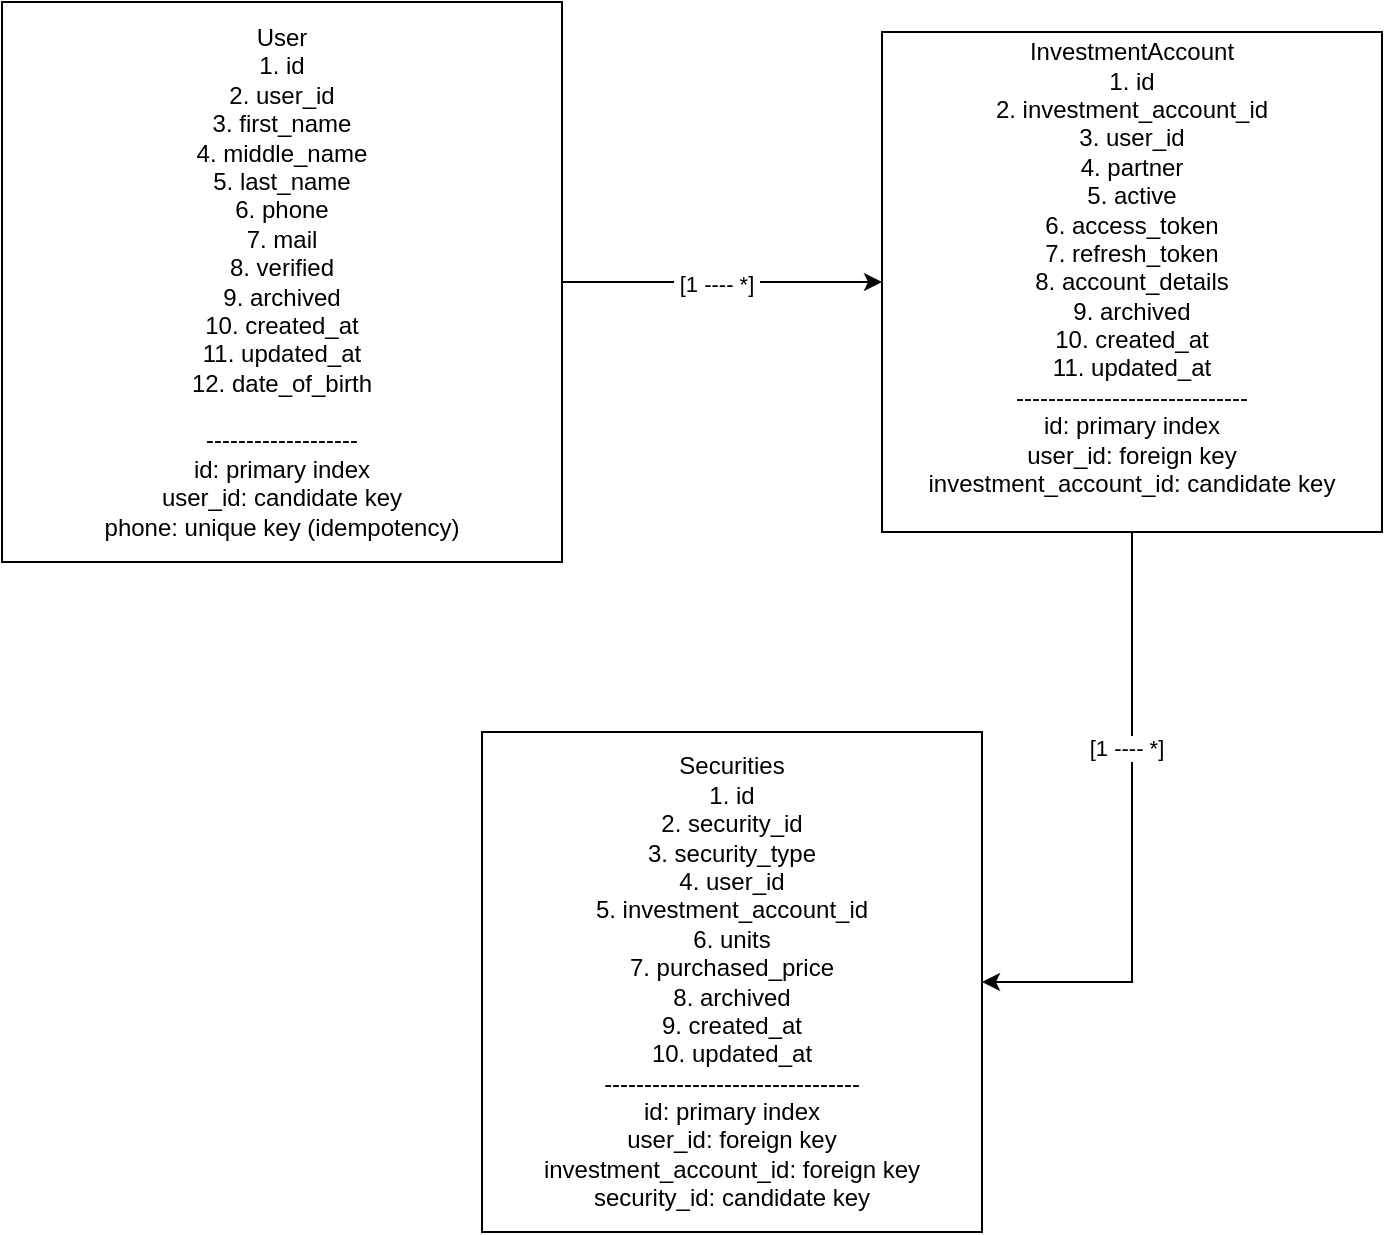
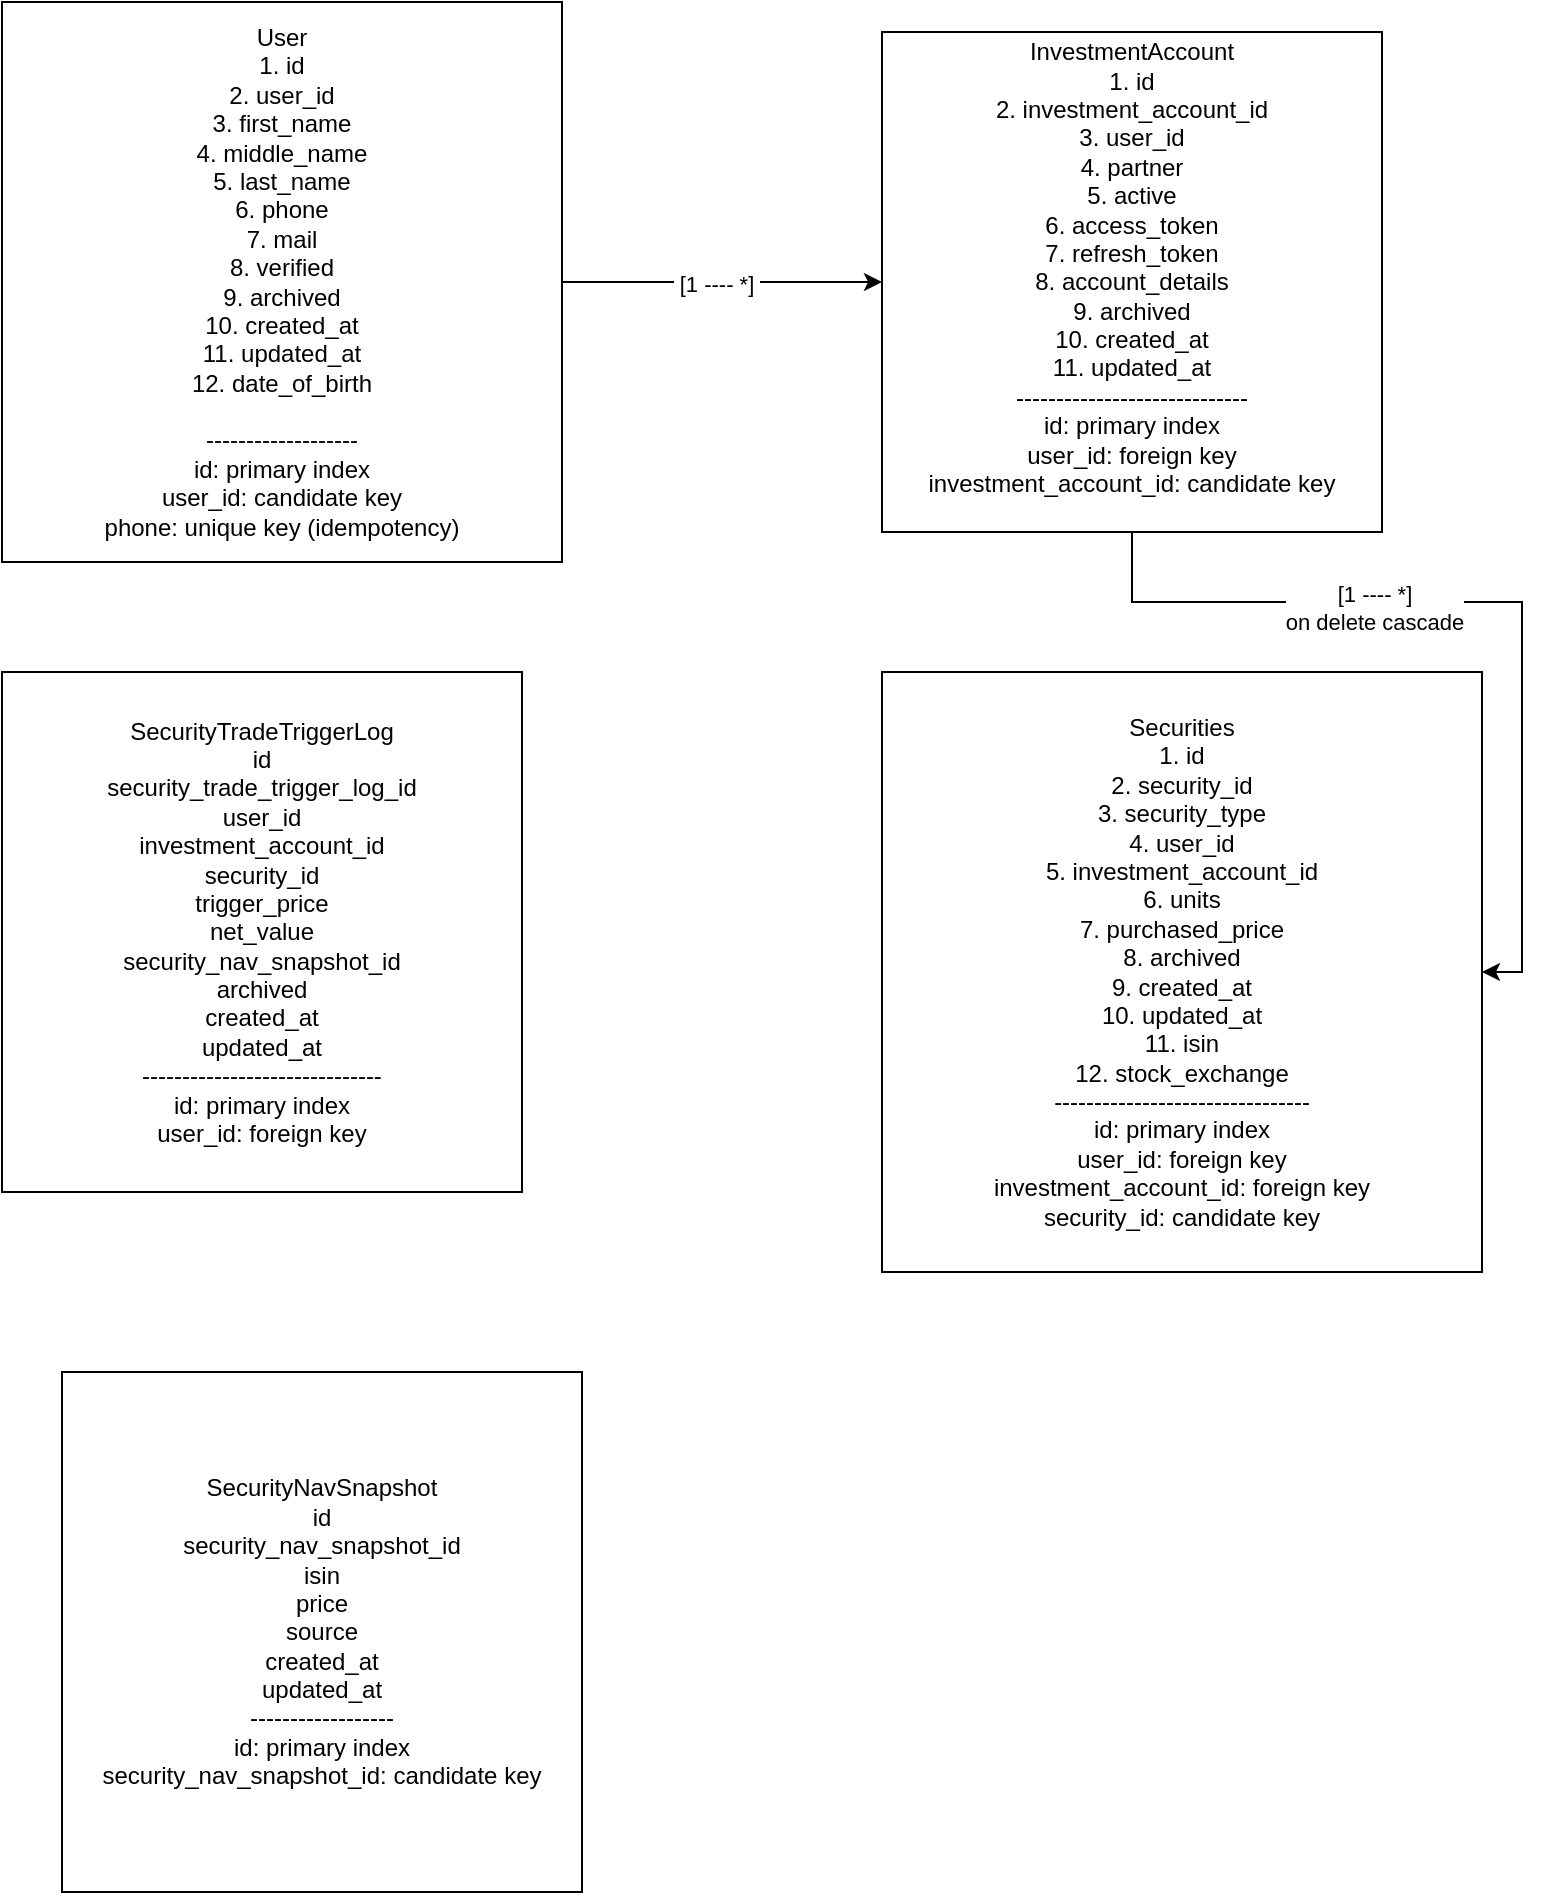
<mxfile host="app.diagrams.net" agent="Mozilla/5.0 (Macintosh; Intel Mac OS X 10_15_7) AppleWebKit/537.36 (KHTML, like Gecko) Chrome/142.0.0.0 Safari/537.36">
  <diagram name="Page-1" id="sUdJKDlqUUguzxYBoudD">
-     <mxGraphModel dx="838" dy="549" grid="1" gridSize="10" guides="1" tooltips="1" connect="1" arrows="1" fold="1" page="1" pageScale="1" pageWidth="827" pageHeight="1169" math="0" shadow="0">
+     <mxGraphModel dx="411" dy="269" grid="1" gridSize="10" guides="1" tooltips="1" connect="1" arrows="1" fold="1" page="1" pageScale="1" pageWidth="827" pageHeight="1169" math="0" shadow="0">
      <root>
        <mxCell id="0" />
        <mxCell id="1" parent="0" />
        <mxCell id="dAtLXOTo_t2N1C7jd-nU-3" edge="1" parent="1" source="dAtLXOTo_t2N1C7jd-nU-1" style="edgeStyle=orthogonalEdgeStyle;rounded=0;orthogonalLoop=1;jettySize=auto;html=1;" target="dAtLXOTo_t2N1C7jd-nU-2" value="">
          <mxGeometry relative="1" as="geometry" />
        </mxCell>
        <mxCell id="dAtLXOTo_t2N1C7jd-nU-4" connectable="0" parent="dAtLXOTo_t2N1C7jd-nU-3" style="edgeLabel;html=1;align=center;verticalAlign=middle;resizable=0;points=[];" value="&amp;nbsp;[1 ---- *]&amp;nbsp;" vertex="1">
          <mxGeometry relative="1" x="-0.0375" y="-1" as="geometry">
            <mxPoint as="offset" />
          </mxGeometry>
        </mxCell>
        <mxCell id="dAtLXOTo_t2N1C7jd-nU-1" parent="1" style="whiteSpace=wrap;html=1;aspect=fixed;" value="User&lt;br&gt;1. id&lt;div&gt;2. user_id&lt;/div&gt;&lt;div&gt;3. first_name&lt;/div&gt;&lt;div&gt;4. middle_name&lt;/div&gt;&lt;div&gt;5. last_name&lt;/div&gt;&lt;div&gt;6. phone&lt;/div&gt;&lt;div&gt;7. mail&lt;/div&gt;&lt;div&gt;8. verified&lt;/div&gt;&lt;div&gt;9. archived&lt;/div&gt;&lt;div&gt;10. created_at&lt;/div&gt;&lt;div&gt;11. updated_at&lt;/div&gt;&lt;div&gt;12. date_of_birth&lt;/div&gt;&lt;div&gt;&lt;br&gt;-------------------&lt;/div&gt;&lt;div&gt;id: primary index&lt;/div&gt;&lt;div&gt;user_id: candidate key&lt;/div&gt;&lt;div&gt;phone: unique key (idempotency)&lt;/div&gt;" vertex="1">
          <mxGeometry height="280" width="280" x="10" y="105" as="geometry" />
        </mxCell>
        <mxCell id="LFFCytzrhA1a5Olca1yH-1" edge="1" parent="1" source="dAtLXOTo_t2N1C7jd-nU-2" style="edgeStyle=orthogonalEdgeStyle;rounded=0;orthogonalLoop=1;jettySize=auto;html=1;entryX=1;entryY=0.5;entryDx=0;entryDy=0;" target="dAtLXOTo_t2N1C7jd-nU-5">
          <mxGeometry relative="1" as="geometry" />
        </mxCell>
-         <mxCell id="LFFCytzrhA1a5Olca1yH-3" connectable="0" parent="LFFCytzrhA1a5Olca1yH-1" style="edgeLabel;html=1;align=center;verticalAlign=middle;resizable=0;points=[];" value="[1 ---- *]" vertex="1">
+         <mxCell id="LFFCytzrhA1a5Olca1yH-3" connectable="0" parent="LFFCytzrhA1a5Olca1yH-1" style="edgeLabel;html=1;align=center;verticalAlign=middle;resizable=0;points=[];" value="[1 ---- *]&lt;div&gt;on delete cascade&lt;/div&gt;" vertex="1">
          <mxGeometry relative="1" x="-0.285" y="-3" as="geometry">
            <mxPoint as="offset" />
          </mxGeometry>
        </mxCell>
        <mxCell id="dAtLXOTo_t2N1C7jd-nU-2" parent="1" style="whiteSpace=wrap;html=1;aspect=fixed;" value="InvestmentAccount&lt;div&gt;1. id&lt;/div&gt;&lt;div&gt;2. investment_account_id&lt;/div&gt;&lt;div&gt;3. user_id&lt;/div&gt;&lt;div&gt;4. partner&lt;/div&gt;&lt;div&gt;5. active&lt;/div&gt;&lt;div&gt;6. access_token&lt;/div&gt;&lt;div&gt;7. refresh_token&lt;/div&gt;&lt;div&gt;8. account_details&lt;/div&gt;&lt;div&gt;9. archived&lt;/div&gt;&lt;div&gt;10. created_at&lt;/div&gt;&lt;div&gt;11. updated_at&lt;/div&gt;&lt;div&gt;-----------------------------&lt;/div&gt;&lt;div&gt;&lt;div&gt;id: primary index&lt;/div&gt;&lt;div&gt;user_id: foreign key&lt;/div&gt;&lt;div&gt;&lt;span style=&quot;background-color: transparent; color: light-dark(rgb(0, 0, 0), rgb(255, 255, 255));&quot;&gt;investment_account_id&lt;/span&gt;: candidate key&lt;/div&gt;&lt;div&gt;&lt;br&gt;&lt;/div&gt;&lt;/div&gt;" vertex="1">
          <mxGeometry height="250" width="250" x="450" y="120" as="geometry" />
        </mxCell>
-         <mxCell id="dAtLXOTo_t2N1C7jd-nU-5" parent="1" style="whiteSpace=wrap;html=1;aspect=fixed;" value="Securities&lt;div&gt;1. id&lt;/div&gt;&lt;div&gt;2. security_id&lt;/div&gt;&lt;div&gt;3. security_type&lt;/div&gt;&lt;div&gt;4. user_id&lt;/div&gt;&lt;div&gt;5. investment_account_id&lt;/div&gt;&lt;div&gt;6. units&lt;/div&gt;&lt;div&gt;7. purchased_price&lt;/div&gt;&lt;div&gt;8. archived&lt;/div&gt;&lt;div&gt;9. created_at&lt;/div&gt;&lt;div&gt;10. updated_at&lt;/div&gt;&lt;div&gt;--------------------------------&lt;/div&gt;&lt;div&gt;&lt;div&gt;id: primary index&lt;/div&gt;&lt;div&gt;user_id: foreign key&lt;/div&gt;&lt;div&gt;&lt;span style=&quot;background-color: transparent; color: light-dark(rgb(0, 0, 0), rgb(255, 255, 255));&quot;&gt;investment_account_id&lt;/span&gt;: foreign&amp;nbsp;key&lt;/div&gt;&lt;/div&gt;&lt;div&gt;security_id:&amp;nbsp;&lt;span style=&quot;background-color: transparent; color: light-dark(rgb(0, 0, 0), rgb(255, 255, 255));&quot;&gt;candidate key&lt;/span&gt;&lt;/div&gt;" vertex="1">
-           <mxGeometry height="250" width="250" x="250" y="470" as="geometry" />
+         <mxCell id="dAtLXOTo_t2N1C7jd-nU-5" parent="1" style="whiteSpace=wrap;html=1;aspect=fixed;" value="Securities&lt;div&gt;1. id&lt;/div&gt;&lt;div&gt;2. security_id&lt;/div&gt;&lt;div&gt;3. security_type&lt;/div&gt;&lt;div&gt;4. user_id&lt;/div&gt;&lt;div&gt;5. investment_account_id&lt;/div&gt;&lt;div&gt;6. units&lt;/div&gt;&lt;div&gt;7. purchased_price&lt;/div&gt;&lt;div&gt;8. archived&lt;/div&gt;&lt;div&gt;9. created_at&lt;/div&gt;&lt;div&gt;10. updated_at&lt;/div&gt;&lt;div&gt;11. isin&lt;/div&gt;&lt;div&gt;12. stock_exchange&lt;/div&gt;&lt;div&gt;--------------------------------&lt;/div&gt;&lt;div&gt;&lt;div&gt;id: primary index&lt;/div&gt;&lt;div&gt;user_id: foreign key&lt;/div&gt;&lt;div&gt;&lt;span style=&quot;background-color: transparent; color: light-dark(rgb(0, 0, 0), rgb(255, 255, 255));&quot;&gt;investment_account_id&lt;/span&gt;: foreign&amp;nbsp;key&lt;/div&gt;&lt;/div&gt;&lt;div&gt;security_id:&amp;nbsp;&lt;span style=&quot;background-color: transparent; color: light-dark(rgb(0, 0, 0), rgb(255, 255, 255));&quot;&gt;candidate key&lt;/span&gt;&lt;/div&gt;" vertex="1">
+           <mxGeometry height="300" width="300" x="450" y="440" as="geometry" />
+         </mxCell>
+         <mxCell id="LFFCytzrhA1a5Olca1yH-4" parent="1" style="whiteSpace=wrap;html=1;aspect=fixed;" value="SecurityTradeTriggerLog&lt;div&gt;id&lt;/div&gt;&lt;div&gt;security_trade_trigger_log_id&lt;br&gt;user_id&lt;/div&gt;&lt;div&gt;investment_account_id&lt;/div&gt;&lt;div&gt;security_id&lt;/div&gt;&lt;div&gt;trigger_price&lt;/div&gt;&lt;div&gt;net_value&lt;/div&gt;&lt;div&gt;security_nav_snapshot_id&lt;/div&gt;&lt;div&gt;archived&lt;/div&gt;&lt;div&gt;created_at&lt;/div&gt;&lt;div&gt;updated_at&lt;/div&gt;&lt;div&gt;------------------------------&lt;/div&gt;&lt;div&gt;&lt;div&gt;id: primary index&lt;/div&gt;&lt;div&gt;user_id: foreign key&lt;/div&gt;&lt;/div&gt;" vertex="1">
+           <mxGeometry height="260" width="260" x="10" y="440" as="geometry" />
+         </mxCell>
+         <mxCell id="LFFCytzrhA1a5Olca1yH-5" parent="1" style="whiteSpace=wrap;html=1;aspect=fixed;" value="SecurityNavSnapshot&lt;div&gt;id&lt;/div&gt;&lt;div&gt;security_nav_snapshot_id&lt;/div&gt;&lt;div&gt;isin&lt;/div&gt;&lt;div&gt;price&lt;/div&gt;&lt;div&gt;source&lt;/div&gt;&lt;div&gt;created_at&lt;/div&gt;&lt;div&gt;updated_at&lt;/div&gt;&lt;div&gt;------------------&lt;/div&gt;&lt;div&gt;&lt;div&gt;&lt;div&gt;id: primary index&lt;/div&gt;&lt;/div&gt;&lt;div&gt;&lt;span style=&quot;background-color: transparent; color: light-dark(rgb(0, 0, 0), rgb(255, 255, 255));&quot;&gt;security_nav_snapshot_id&lt;/span&gt;:&amp;nbsp;&lt;span style=&quot;background-color: transparent; color: light-dark(rgb(0, 0, 0), rgb(255, 255, 255));&quot;&gt;candidate key&lt;/span&gt;&lt;/div&gt;&lt;/div&gt;" vertex="1">
+           <mxGeometry height="260" width="260" x="40" y="790" as="geometry" />
        </mxCell>
      </root>
    </mxGraphModel>
  </diagram>
</mxfile>
